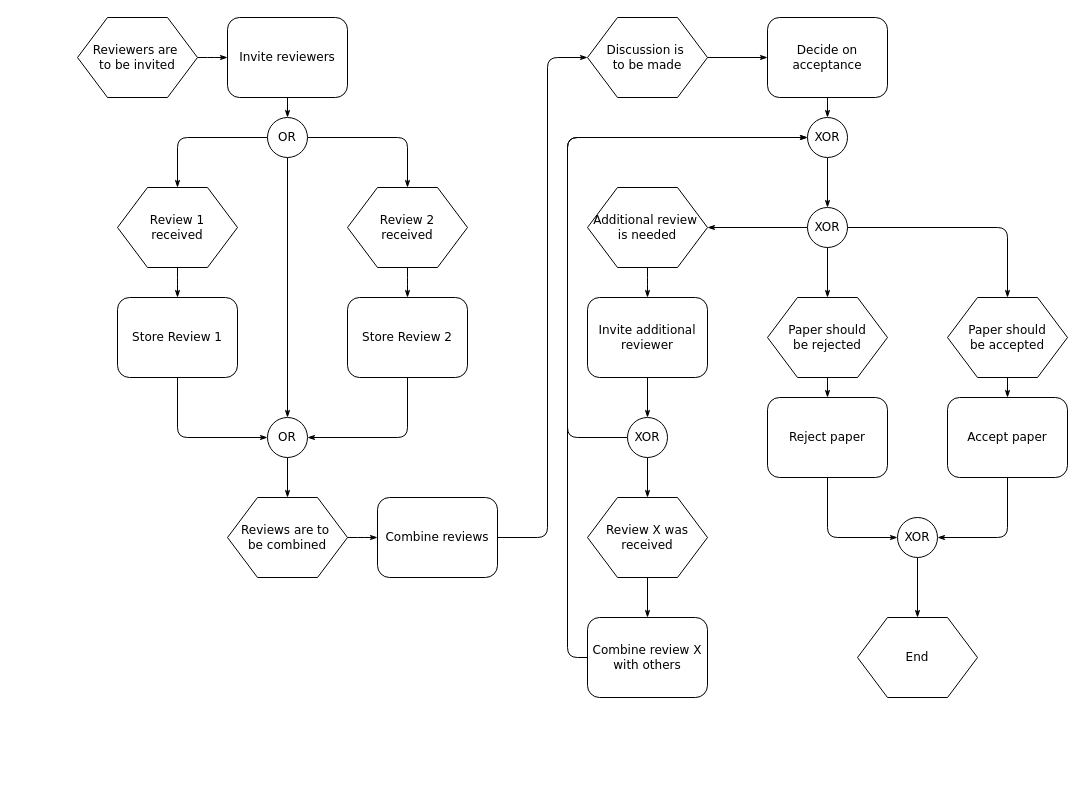
This is 基座.drawio from BwinYang/bwinyang, a draw.io file, before an edit. Source tidied: cells renumbered, new cells numbered last; positions are measured from the earlier drawing's top-left corner, leaving out a move shared by most shapes. Both pictures are drawn from the tidied source at 100%, with x=0, y=0 at pixel (77, 17).
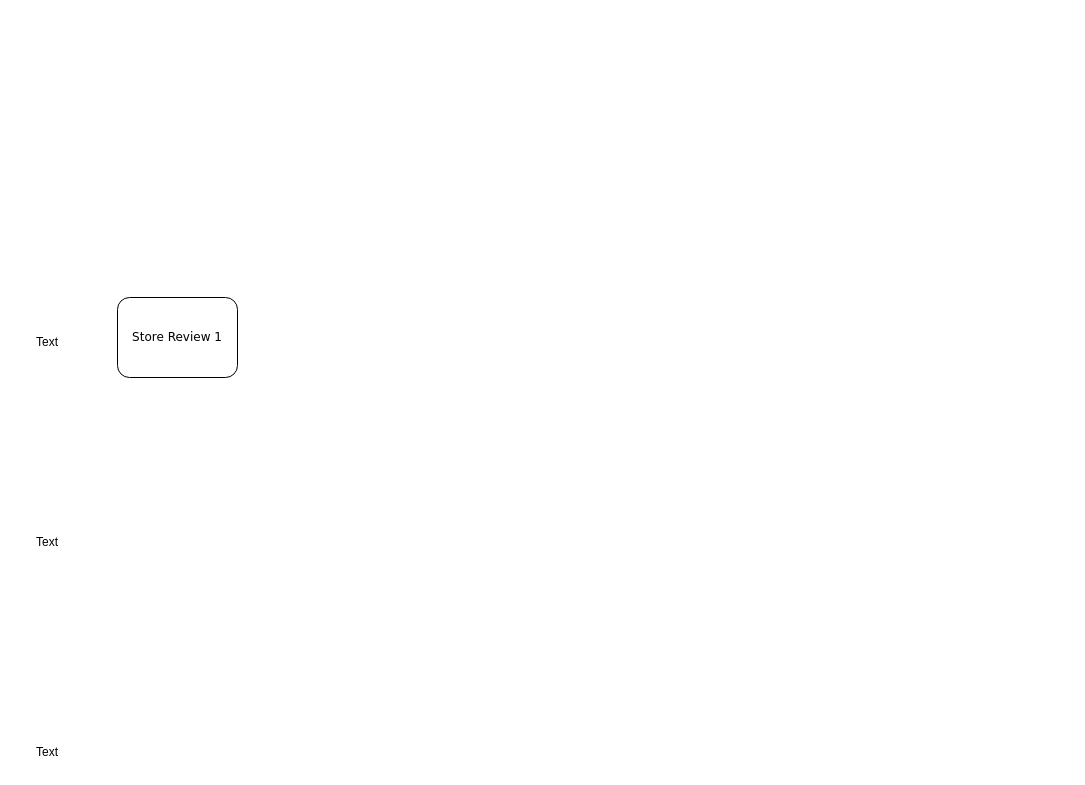
Above is the later version.

Unchanged cells that the change refers to:
```xml
<mxCell id="15" value="Store Review 1" style="rounded=1;whiteSpace=wrap;html=1;shadow=0;labelBackgroundColor=none;strokeWidth=1;fontFamily=Verdana;fontSize=12;align=center;" parent="1" vertex="1">
  <mxGeometry x="40" y="280" width="120" height="80" as="geometry" />
</mxCell>
```

Change to the diagram source:
```diff
@@
-    <mxCell id="2" style="edgeStyle=orthogonalEdgeStyle;rounded=1;html=1;labelBackgroundColor=none;startArrow=none;startFill=0;startSize=5;endArrow=classicThin;endFill=1;endSize=5;jettySize=auto;strokeWidth=1;fontFamily=Verdana;fontSize=8;" parent="1" edge="1" source="3" target="5">
-      <mxGeometry relative="1" as="geometry" />
-    </mxCell>
-    <mxCell id="3" value="Reviewers are&amp;nbsp;&lt;div&gt;to&amp;nbsp;&lt;span&gt;be invited&lt;/span&gt;&lt;/div&gt;" style="shape=hexagon;perimeter=hexagonPerimeter;whiteSpace=wrap;html=1;rounded=0;shadow=0;labelBackgroundColor=none;strokeWidth=1;fontFamily=Verdana;fontSize=12;align=center;" parent="1" vertex="1">
-      <mxGeometry width="120" height="80" as="geometry" />
-    </mxCell>
-    <mxCell id="4" style="edgeStyle=orthogonalEdgeStyle;rounded=1;html=1;labelBackgroundColor=none;startArrow=none;startFill=0;startSize=5;endArrow=classicThin;endFill=1;endSize=5;jettySize=auto;strokeWidth=1;fontFamily=Verdana;fontSize=8;" parent="1" edge="1" source="5" target="9">
-      <mxGeometry relative="1" as="geometry" />
-    </mxCell>
-    <mxCell id="5" value="Invite reviewers" style="rounded=1;whiteSpace=wrap;html=1;shadow=0;labelBackgroundColor=none;strokeWidth=1;fontFamily=Verdana;fontSize=12;align=center;" parent="1" vertex="1">
-      <mxGeometry x="150" width="120" height="80" as="geometry" />
-    </mxCell>
-    <mxCell id="6" style="edgeStyle=orthogonalEdgeStyle;rounded=1;html=1;labelBackgroundColor=none;startArrow=none;startFill=0;startSize=5;endArrow=classicThin;endFill=1;endSize=5;jettySize=auto;strokeWidth=1;fontFamily=Verdana;fontSize=8;" parent="1" edge="1" source="9" target="13">
-      <mxGeometry relative="1" as="geometry" />
-    </mxCell>
-    <mxCell id="7" style="edgeStyle=orthogonalEdgeStyle;rounded=1;html=1;labelBackgroundColor=none;startArrow=none;startFill=0;startSize=5;endArrow=classicThin;endFill=1;endSize=5;jettySize=auto;strokeWidth=1;fontFamily=Verdana;fontSize=8;" parent="1" edge="1" source="9" target="11">
-      <mxGeometry relative="1" as="geometry" />
-    </mxCell>
-    <mxCell id="8" style="edgeStyle=orthogonalEdgeStyle;rounded=1;html=1;labelBackgroundColor=none;startArrow=none;startFill=0;startSize=5;endArrow=classicThin;endFill=1;endSize=5;jettySize=auto;strokeWidth=1;fontFamily=Verdana;fontSize=12;" parent="1" edge="1" source="9" target="19">
-      <mxGeometry relative="1" as="geometry" />
-    </mxCell>
-    <mxCell id="9" value="OR" style="ellipse;whiteSpace=wrap;html=1;rounded=1;shadow=0;labelBackgroundColor=none;strokeWidth=1;fontFamily=Verdana;fontSize=12;align=center;" parent="1" vertex="1">
-      <mxGeometry x="190" y="100" width="40" height="40" as="geometry" />
-    </mxCell>
-    <mxCell id="10" style="edgeStyle=orthogonalEdgeStyle;rounded=1;html=1;labelBackgroundColor=none;startArrow=none;startFill=0;startSize=5;endArrow=classicThin;endFill=1;endSize=5;jettySize=auto;strokeWidth=1;fontFamily=Verdana;fontSize=8;" parent="1" edge="1" source="11" target="15">
-      <mxGeometry relative="1" as="geometry" />
-    </mxCell>
-    <mxCell id="11" value="Review 1&lt;div&gt;received&lt;/div&gt;" style="shape=hexagon;perimeter=hexagonPerimeter;whiteSpace=wrap;html=1;rounded=0;shadow=0;labelBackgroundColor=none;strokeWidth=1;fontFamily=Verdana;fontSize=12;align=center;" parent="1" vertex="1">
-      <mxGeometry x="40" y="170" width="120" height="80" as="geometry" />
-    </mxCell>
-    <mxCell id="12" style="edgeStyle=orthogonalEdgeStyle;rounded=1;html=1;labelBackgroundColor=none;startArrow=none;startFill=0;startSize=5;endArrow=classicThin;endFill=1;endSize=5;jettySize=auto;strokeWidth=1;fontFamily=Verdana;fontSize=8;" parent="1" edge="1" source="13" target="17">
-      <mxGeometry relative="1" as="geometry" />
-    </mxCell>
-    <mxCell id="13" value="Review 2&lt;div&gt;received&lt;/div&gt;" style="shape=hexagon;perimeter=hexagonPerimeter;whiteSpace=wrap;html=1;rounded=0;shadow=0;labelBackgroundColor=none;strokeWidth=1;fontFamily=Verdana;fontSize=12;align=center;" parent="1" vertex="1">
-      <mxGeometry x="270" y="170" width="120" height="80" as="geometry" />
-    </mxCell>
-    <mxCell id="14" style="edgeStyle=orthogonalEdgeStyle;rounded=1;html=1;labelBackgroundColor=none;startArrow=none;startFill=0;startSize=5;endArrow=classicThin;endFill=1;endSize=5;jettySize=auto;strokeWidth=1;fontFamily=Verdana;fontSize=8;" parent="1" edge="1" source="15" target="19">
-      <mxGeometry relative="1" as="geometry">
-        <Array as="points">
-          <mxPoint x="100" y="420" />
-        </Array>
-      </mxGeometry>
-    </mxCell>
@@
-    <mxCell id="16" style="edgeStyle=orthogonalEdgeStyle;rounded=1;html=1;labelBackgroundColor=none;startArrow=none;startFill=0;startSize=5;endArrow=classicThin;endFill=1;endSize=5;jettySize=auto;strokeWidth=1;fontFamily=Verdana;fontSize=8;" parent="1" edge="1" source="17" target="19">
-      <mxGeometry relative="1" as="geometry">
-        <Array as="points">
-          <mxPoint x="330" y="420" />
-        </Array>
-      </mxGeometry>
-    </mxCell>
-    <mxCell id="17" value="Store Review 2" style="rounded=1;whiteSpace=wrap;html=1;shadow=0;labelBackgroundColor=none;strokeWidth=1;fontFamily=Verdana;fontSize=12;align=center;" parent="1" vertex="1">
-      <mxGeometry x="270" y="280" width="120" height="80" as="geometry" />
-    </mxCell>
-    <mxCell id="18" style="edgeStyle=orthogonalEdgeStyle;rounded=1;html=1;labelBackgroundColor=none;startArrow=none;startFill=0;startSize=5;endArrow=classicThin;endFill=1;endSize=5;jettySize=auto;strokeWidth=1;fontFamily=Verdana;fontSize=8;" parent="1" edge="1" source="19" target="21">
-      <mxGeometry relative="1" as="geometry" />
-    </mxCell>
-    <mxCell id="19" value="OR" style="ellipse;whiteSpace=wrap;html=1;rounded=1;shadow=0;labelBackgroundColor=none;strokeWidth=1;fontFamily=Verdana;fontSize=12;align=center;" parent="1" vertex="1">
-      <mxGeometry x="190" y="400" width="40" height="40" as="geometry" />
-    </mxCell>
-    <mxCell id="20" style="edgeStyle=orthogonalEdgeStyle;rounded=1;html=1;labelBackgroundColor=none;startArrow=none;startFill=0;startSize=5;endArrow=classicThin;endFill=1;endSize=5;jettySize=auto;strokeWidth=1;fontFamily=Verdana;fontSize=8;" parent="1" edge="1" source="21" target="23">
-      <mxGeometry relative="1" as="geometry" />
-    </mxCell>
-    <mxCell id="21" value="Reviews are to&amp;nbsp;&lt;div&gt;be combined&lt;/div&gt;" style="shape=hexagon;perimeter=hexagonPerimeter;whiteSpace=wrap;html=1;rounded=0;shadow=0;labelBackgroundColor=none;strokeWidth=1;fontFamily=Verdana;fontSize=12;align=center;" parent="1" vertex="1">
-      <mxGeometry x="150" y="480" width="120" height="80" as="geometry" />
-    </mxCell>
-    <mxCell id="22" style="edgeStyle=orthogonalEdgeStyle;rounded=1;html=1;labelBackgroundColor=none;startArrow=none;startFill=0;startSize=5;endArrow=classicThin;endFill=1;endSize=5;jettySize=auto;strokeWidth=1;fontFamily=Verdana;fontSize=8;" parent="1" edge="1" source="23" target="25">
-      <mxGeometry relative="1" as="geometry">
-        <Array as="points">
-          <mxPoint x="470" y="520" />
-          <mxPoint x="470" y="40" />
-        </Array>
-      </mxGeometry>
-    </mxCell>
-    <mxCell id="23" value="Combine reviews" style="rounded=1;whiteSpace=wrap;html=1;shadow=0;labelBackgroundColor=none;strokeWidth=1;fontFamily=Verdana;fontSize=12;align=center;" parent="1" vertex="1">
-      <mxGeometry x="300" y="480" width="120" height="80" as="geometry" />
-    </mxCell>
-    <mxCell id="24" style="edgeStyle=orthogonalEdgeStyle;rounded=1;html=1;labelBackgroundColor=none;startArrow=none;startFill=0;startSize=5;endArrow=classicThin;endFill=1;endSize=5;jettySize=auto;strokeWidth=1;fontFamily=Verdana;fontSize=8;" parent="1" edge="1" source="25" target="27">
-      <mxGeometry relative="1" as="geometry" />
-    </mxCell>
-    <mxCell id="25" value="Discussion is&amp;nbsp;&lt;div&gt;to be made&lt;/div&gt;" style="shape=hexagon;perimeter=hexagonPerimeter;whiteSpace=wrap;html=1;rounded=0;shadow=0;labelBackgroundColor=none;strokeWidth=1;fontFamily=Verdana;fontSize=12;align=center;" parent="1" vertex="1">
-      <mxGeometry x="510" width="120" height="80" as="geometry" />
-    </mxCell>
-    <mxCell id="26" style="edgeStyle=orthogonalEdgeStyle;rounded=1;html=1;labelBackgroundColor=none;startArrow=none;startFill=0;startSize=5;endArrow=classicThin;endFill=1;endSize=5;jettySize=auto;strokeWidth=1;fontFamily=Verdana;fontSize=8;" parent="1" edge="1" source="27" target="29">
-      <mxGeometry relative="1" as="geometry" />
-    </mxCell>
-    <mxCell id="27" value="Decide on acceptance" style="rounded=1;whiteSpace=wrap;html=1;shadow=0;labelBackgroundColor=none;strokeWidth=1;fontFamily=Verdana;fontSize=12;align=center;" parent="1" vertex="1">
-      <mxGeometry x="690" width="120" height="80" as="geometry" />
-    </mxCell>
-    <mxCell id="28" style="edgeStyle=orthogonalEdgeStyle;rounded=1;html=1;labelBackgroundColor=none;startArrow=none;startFill=0;startSize=5;endArrow=classicThin;endFill=1;endSize=5;jettySize=auto;strokeColor=#000000;strokeWidth=1;fontFamily=Verdana;fontSize=8;fontColor=#000000;" parent="1" edge="1" source="29" target="35">
-      <mxGeometry relative="1" as="geometry" />
-    </mxCell>
-    <mxCell id="29" value="XOR" style="ellipse;whiteSpace=wrap;html=1;rounded=1;shadow=0;labelBackgroundColor=none;strokeWidth=1;fontFamily=Verdana;fontSize=12;align=center;" parent="1" vertex="1">
-      <mxGeometry x="730" y="100" width="40" height="40" as="geometry" />
-    </mxCell>
-    <mxCell id="30" style="edgeStyle=orthogonalEdgeStyle;rounded=1;html=1;labelBackgroundColor=none;startArrow=none;startFill=0;startSize=5;endArrow=classicThin;endFill=1;endSize=5;jettySize=auto;strokeWidth=1;fontFamily=Verdana;fontSize=8;" parent="1" edge="1" source="31" target="37">
-      <mxGeometry relative="1" as="geometry" />
-    </mxCell>
-    <mxCell id="31" value="Additional review&amp;nbsp;&lt;div&gt;is needed&lt;/div&gt;" style="shape=hexagon;perimeter=hexagonPerimeter;whiteSpace=wrap;html=1;rounded=0;shadow=0;labelBackgroundColor=none;strokeWidth=1;fontFamily=Verdana;fontSize=12;align=center;" parent="1" vertex="1">
-      <mxGeometry x="510" y="170" width="120" height="80" as="geometry" />
-    </mxCell>
-    <mxCell id="32" style="edgeStyle=orthogonalEdgeStyle;rounded=1;html=1;labelBackgroundColor=none;startArrow=none;startFill=0;startSize=5;endArrow=classicThin;endFill=1;endSize=5;jettySize=auto;strokeColor=#000000;strokeWidth=1;fontFamily=Verdana;fontSize=8;fontColor=#000000;" parent="1" edge="1" source="35" target="39">
-      <mxGeometry relative="1" as="geometry" />
-    </mxCell>
-    <mxCell id="33" style="edgeStyle=orthogonalEdgeStyle;rounded=1;html=1;labelBackgroundColor=none;startArrow=none;startFill=0;startSize=5;endArrow=classicThin;endFill=1;endSize=5;jettySize=auto;strokeColor=#000000;strokeWidth=1;fontFamily=Verdana;fontSize=8;fontColor=#000000;" parent="1" edge="1" source="35" target="41">
-      <mxGeometry relative="1" as="geometry" />
-    </mxCell>
-    <mxCell id="34" style="edgeStyle=orthogonalEdgeStyle;rounded=1;html=1;labelBackgroundColor=none;startArrow=none;startFill=0;startSize=5;endArrow=classicThin;endFill=1;endSize=5;jettySize=auto;strokeColor=#000000;strokeWidth=1;fontFamily=Verdana;fontSize=8;fontColor=#000000;" parent="1" edge="1" source="35" target="31">
-      <mxGeometry relative="1" as="geometry" />
-    </mxCell>
-    <mxCell id="35" value="XOR" style="ellipse;whiteSpace=wrap;html=1;rounded=1;shadow=0;labelBackgroundColor=none;strokeWidth=1;fontFamily=Verdana;fontSize=12;align=center;" parent="1" vertex="1">
-      <mxGeometry x="730" y="190" width="40" height="40" as="geometry" />
-    </mxCell>
-    <mxCell id="36" style="edgeStyle=orthogonalEdgeStyle;rounded=1;html=1;labelBackgroundColor=none;startArrow=none;startFill=0;startSize=5;endArrow=classicThin;endFill=1;endSize=5;jettySize=auto;strokeWidth=1;fontFamily=Verdana;fontSize=8;" parent="1" edge="1" source="37" target="44">
-      <mxGeometry relative="1" as="geometry" />
-    </mxCell>
-    <mxCell id="37" value="Invite additional reviewer" style="rounded=1;whiteSpace=wrap;html=1;shadow=0;labelBackgroundColor=none;strokeWidth=1;fontFamily=Verdana;fontSize=12;align=center;" parent="1" vertex="1">
-      <mxGeometry x="510" y="280" width="120" height="80" as="geometry" />
-    </mxCell>
-    <mxCell id="38" style="edgeStyle=orthogonalEdgeStyle;rounded=1;html=1;labelBackgroundColor=none;startArrow=none;startFill=0;startSize=5;endArrow=classicThin;endFill=1;endSize=5;jettySize=auto;strokeWidth=1;fontFamily=Verdana;fontSize=8;" parent="1" edge="1" source="39" target="46">
-      <mxGeometry relative="1" as="geometry" />
-    </mxCell>
-    <mxCell id="39" value="Paper should&lt;div&gt;be rejected&lt;/div&gt;" style="shape=hexagon;perimeter=hexagonPerimeter;whiteSpace=wrap;html=1;rounded=0;shadow=0;labelBackgroundColor=none;strokeWidth=1;fontFamily=Verdana;fontSize=12;align=center;" parent="1" vertex="1">
-      <mxGeometry x="690" y="280" width="120" height="80" as="geometry" />
-    </mxCell>
-    <mxCell id="40" style="edgeStyle=orthogonalEdgeStyle;rounded=1;html=1;labelBackgroundColor=none;startArrow=none;startFill=0;startSize=5;endArrow=classicThin;endFill=1;endSize=5;jettySize=auto;strokeWidth=1;fontFamily=Verdana;fontSize=8;" parent="1" edge="1" source="41" target="48">
-      <mxGeometry relative="1" as="geometry" />
-    </mxCell>
-    <mxCell id="41" value="Paper should&lt;div&gt;be accepted&lt;/div&gt;" style="shape=hexagon;perimeter=hexagonPerimeter;whiteSpace=wrap;html=1;rounded=0;shadow=0;labelBackgroundColor=none;strokeWidth=1;fontFamily=Verdana;fontSize=12;align=center;" parent="1" vertex="1">
-      <mxGeometry x="870" y="280" width="120" height="80" as="geometry" />
-    </mxCell>
-    <mxCell id="42" style="edgeStyle=orthogonalEdgeStyle;rounded=1;html=1;labelBackgroundColor=none;startArrow=none;startFill=0;startSize=5;endArrow=classicThin;endFill=1;endSize=5;jettySize=auto;strokeWidth=1;fontFamily=Verdana;fontSize=8;" parent="1" edge="1" source="44" target="50">
-      <mxGeometry relative="1" as="geometry" />
-    </mxCell>
-    <mxCell id="43" style="edgeStyle=orthogonalEdgeStyle;rounded=1;html=1;labelBackgroundColor=none;startArrow=none;startFill=0;startSize=5;endArrow=classicThin;endFill=1;endSize=5;jettySize=auto;strokeWidth=1;fontFamily=Verdana;fontSize=8;" parent="1" edge="1" source="44" target="29">
-      <mxGeometry relative="1" as="geometry">
-        <Array as="points">
-          <mxPoint x="490" y="420" />
-          <mxPoint x="490" y="120" />
-        </Array>
-      </mxGeometry>
-    </mxCell>
-    <mxCell id="44" value="XOR" style="ellipse;whiteSpace=wrap;html=1;rounded=1;shadow=0;labelBackgroundColor=none;strokeWidth=1;fontFamily=Verdana;fontSize=12;align=center;" parent="1" vertex="1">
-      <mxGeometry x="550" y="400" width="40" height="40" as="geometry" />
-    </mxCell>
-    <mxCell id="45" style="edgeStyle=orthogonalEdgeStyle;rounded=1;html=1;labelBackgroundColor=none;startArrow=none;startFill=0;startSize=5;endArrow=classicThin;endFill=1;endSize=5;jettySize=auto;strokeWidth=1;fontFamily=Verdana;fontSize=8;" parent="1" edge="1" source="46" target="52">
-      <mxGeometry relative="1" as="geometry">
-        <Array as="points">
-          <mxPoint x="750" y="520" />
-        </Array>
-      </mxGeometry>
-    </mxCell>
-    <mxCell id="46" value="Reject paper" style="rounded=1;whiteSpace=wrap;html=1;shadow=0;labelBackgroundColor=none;strokeWidth=1;fontFamily=Verdana;fontSize=12;align=center;" parent="1" vertex="1">
-      <mxGeometry x="690" y="380" width="120" height="80" as="geometry" />
-    </mxCell>
-    <mxCell id="47" style="edgeStyle=orthogonalEdgeStyle;rounded=1;html=1;labelBackgroundColor=none;startArrow=none;startFill=0;startSize=5;endArrow=classicThin;endFill=1;endSize=5;jettySize=auto;strokeWidth=1;fontFamily=Verdana;fontSize=8;" parent="1" edge="1" source="48" target="52">
-      <mxGeometry relative="1" as="geometry">
-        <Array as="points">
-          <mxPoint x="930" y="520" />
-        </Array>
-      </mxGeometry>
-    </mxCell>
-    <mxCell id="48" value="Accept paper" style="rounded=1;whiteSpace=wrap;html=1;shadow=0;labelBackgroundColor=none;strokeWidth=1;fontFamily=Verdana;fontSize=12;align=center;" parent="1" vertex="1">
-      <mxGeometry x="870" y="380" width="120" height="80" as="geometry" />
-    </mxCell>
-    <mxCell id="49" style="edgeStyle=orthogonalEdgeStyle;rounded=1;html=1;labelBackgroundColor=none;startArrow=none;startFill=0;startSize=5;endArrow=classicThin;endFill=1;endSize=5;jettySize=auto;strokeWidth=1;fontFamily=Verdana;fontSize=8;" parent="1" edge="1" source="50" target="55">
-      <mxGeometry relative="1" as="geometry" />
-    </mxCell>
-    <mxCell id="50" value="Review X was received" style="shape=hexagon;perimeter=hexagonPerimeter;whiteSpace=wrap;html=1;rounded=0;shadow=0;labelBackgroundColor=none;strokeWidth=1;fontFamily=Verdana;fontSize=12;align=center;" parent="1" vertex="1">
-      <mxGeometry x="510" y="480" width="120" height="80" as="geometry" />
-    </mxCell>
-    <mxCell id="51" style="edgeStyle=orthogonalEdgeStyle;rounded=1;html=1;labelBackgroundColor=none;startArrow=none;startFill=0;startSize=5;endArrow=classicThin;endFill=1;endSize=5;jettySize=auto;strokeWidth=1;fontFamily=Verdana;fontSize=8;" parent="1" edge="1" source="52" target="53">
-      <mxGeometry relative="1" as="geometry" />
-    </mxCell>
-    <mxCell id="52" value="XOR" style="ellipse;whiteSpace=wrap;html=1;rounded=1;shadow=0;labelBackgroundColor=none;strokeWidth=1;fontFamily=Verdana;fontSize=12;align=center;" parent="1" vertex="1">
-      <mxGeometry x="820" y="500" width="40" height="40" as="geometry" />
-    </mxCell>
-    <mxCell id="53" value="End" style="shape=hexagon;perimeter=hexagonPerimeter;whiteSpace=wrap;html=1;rounded=0;shadow=0;labelBackgroundColor=none;strokeWidth=1;fontFamily=Verdana;fontSize=12;align=center;" parent="1" vertex="1">
-      <mxGeometry x="780" y="600" width="120" height="80" as="geometry" />
-    </mxCell>
-    <mxCell id="54" style="edgeStyle=orthogonalEdgeStyle;rounded=1;html=1;labelBackgroundColor=none;startArrow=none;startFill=0;startSize=5;endArrow=classicThin;endFill=1;endSize=5;jettySize=auto;sstrokeWidth=1;fontFamily=Verdana;fontSize=8;" parent="1" edge="1" source="55" target="29">
-      <mxGeometry relative="1" as="geometry">
-        <Array as="points">
-          <mxPoint x="490" y="640" />
-          <mxPoint x="490" y="120" />
-        </Array>
-      </mxGeometry>
-    </mxCell>
-    <mxCell id="55" value="Combine review X with others" style="rounded=1;whiteSpace=wrap;html=1;shadow=0;labelBackgroundColor=none;strokeWidth=1;fontFamily=Verdana;fontSize=12;align=center;" parent="1" vertex="1">
-      <mxGeometry x="510" y="600" width="120" height="80" as="geometry" />
-    </mxCell>
+    <mxCell id="56" value="Text" style="text;html=1;strokeColor=none;fillColor=none;align=center;verticalAlign=middle;whiteSpace=wrap;rounded=0;" parent="1" vertex="1">
+      <mxGeometry x="-60" y="720" width="60" height="30" as="geometry" />
+    </mxCell>
+    <mxCell id="57" value="Text" style="text;html=1;strokeColor=none;fillColor=none;align=center;verticalAlign=middle;whiteSpace=wrap;rounded=0;" parent="1" vertex="1">
+      <mxGeometry x="-60" y="510" width="60" height="30" as="geometry" />
+    </mxCell>
+    <mxCell id="58" value="Text" style="text;html=1;strokeColor=none;fillColor=none;align=center;verticalAlign=middle;whiteSpace=wrap;rounded=0;" parent="1" vertex="1">
+      <mxGeometry x="-60" y="310" width="60" height="30" as="geometry" />
+    </mxCell>
```
